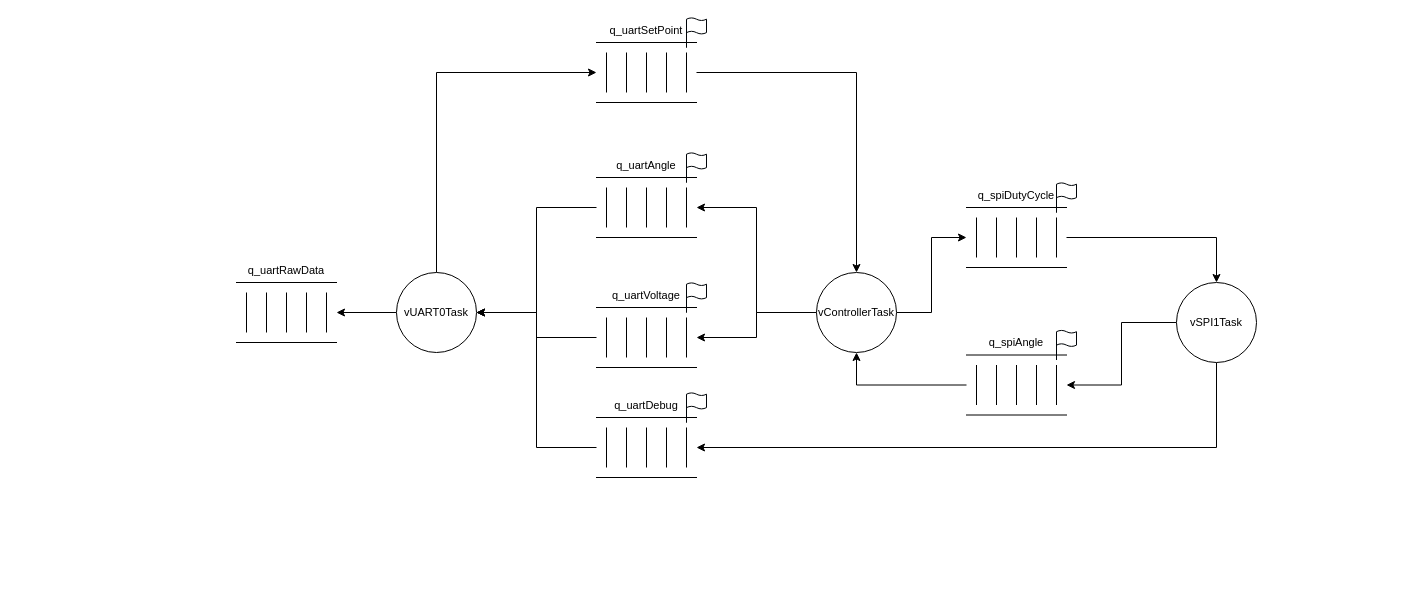
Before: Datasheets/project_task_diagram.drawio in Svndsn/pan_tilt, a draw.io diagram. Source tidied: cells renumbered, new cells numbered last; positions are measured from the earlier drawing's top-left corner, leaving out a move shared by most shapes. Both pictures are drawn from the tidied source at 100%, with x=0, y=0 at pixel (236, 17).
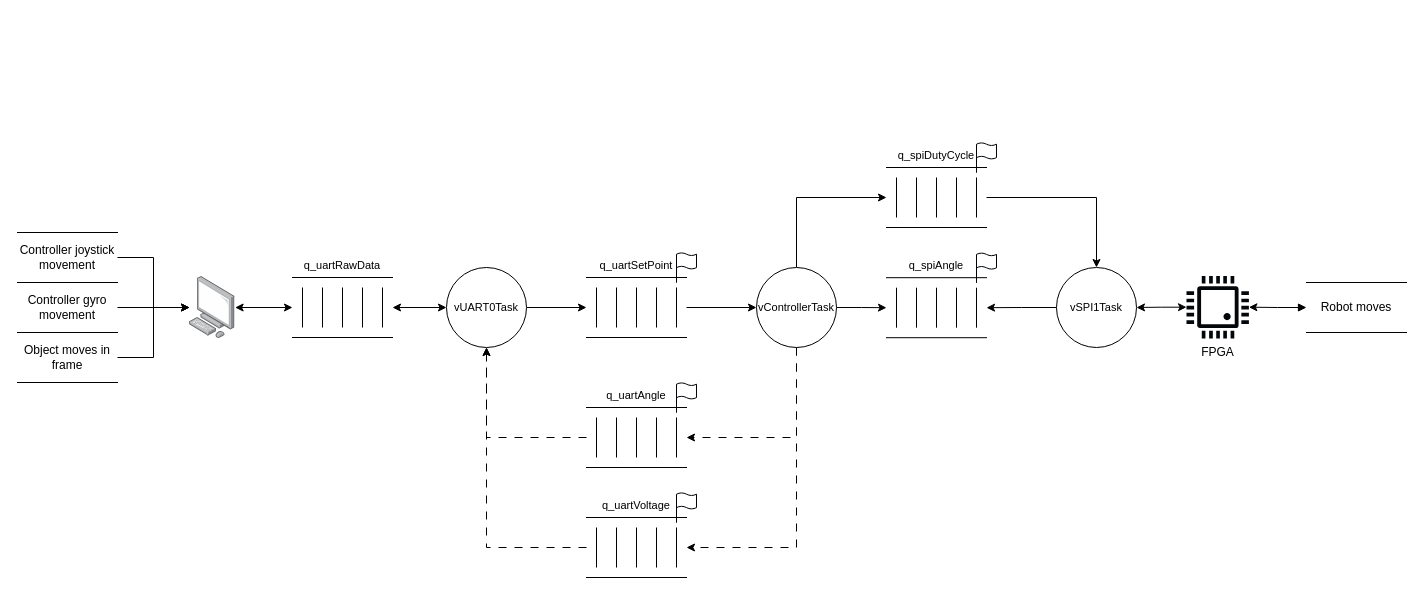
The same diagram, later.

Commit message (it also covers changes not shown here):
task diagram

The change refers to these unchanged cells:
```xml
<mxCell id="24" style="shape=partialRectangle;whiteSpace=wrap;html=1;left=0;right=0;fillColor=none;" parent="23" vertex="1">
  <mxGeometry width="100" height="60" as="geometry" />
</mxCell>
<mxCell id="34" style="shape=partialRectangle;whiteSpace=wrap;html=1;left=0;right=0;fillColor=none;" parent="33" vertex="1">
  <mxGeometry width="100" height="60" as="geometry" />
</mxCell>
<mxCell id="44" style="shape=partialRectangle;whiteSpace=wrap;html=1;left=0;right=0;fillColor=none;" parent="43" vertex="1">
  <mxGeometry width="100" height="60" as="geometry" />
</mxCell>
<mxCell id="54" style="shape=partialRectangle;whiteSpace=wrap;html=1;left=0;right=0;fillColor=none;" parent="53" vertex="1">
  <mxGeometry width="100" height="60" as="geometry" />
</mxCell>
<mxCell id="64" style="shape=partialRectangle;whiteSpace=wrap;html=1;left=0;right=0;fillColor=none;" parent="63" vertex="1">
  <mxGeometry width="100" height="60" as="geometry" />
</mxCell>
<mxCell id="74" style="shape=partialRectangle;whiteSpace=wrap;html=1;left=0;right=0;fillColor=none;" parent="73" vertex="1">
  <mxGeometry width="100" height="60" as="geometry" />
</mxCell>
```

What changed in the source:
```diff
@@
+    <mxCell id="3" style="edgeStyle=orthogonalEdgeStyle;rounded=0;jettySize=auto;html=1;entryX=1;entryY=0.5;entryDx=0;entryDy=0;startArrow=classic;startFill=1;" parent="1" edge="1" source="4" target="74">
+      <mxGeometry relative="1" as="geometry" />
+    </mxCell>
     <mxCell id="2" style="edgeStyle=orthogonalEdgeStyle;rounded=0;jettySize=auto;html=1;entryX=0;entryY=0.5;entryDx=0;entryDy=0;" parent="1" edge="1" source="4" target="34">
-      <mxGeometry relative="1" as="geometry">
-        <Array as="points">
-          <mxPoint x="200" y="55" />
-        </Array>
-      </mxGeometry>
+      <mxGeometry relative="1" as="geometry" />
     </mxCell>
-    <mxCell id="3" style="edgeStyle=orthogonalEdgeStyle;rounded=0;jettySize=auto;html=1;entryX=1;entryY=0.5;entryDx=0;entryDy=0;" parent="1" edge="1" source="4" target="74">
-      <mxGeometry relative="1" as="geometry" />
-    </mxCell>
     <mxCell id="4" value="&lt;font style=&quot;font-size: 11px;&quot;&gt;vUART0Task&lt;/font&gt;" style="ellipse;whiteSpace=wrap;html=1;" parent="1" vertex="1">
-      <mxGeometry x="160" y="255" width="80" height="80" as="geometry" />
+      <mxGeometry x="210" y="250" width="80" height="80" as="geometry" />
     </mxCell>
@@
-    <mxCell id="6" style="edgeStyle=orthogonalEdgeStyle;rounded=0;jettySize=auto;html=1;entryX=1;entryY=0.5;entryDx=0;entryDy=0;" parent="1" edge="1" source="7" target="14">
-      <mxGeometry relative="1" as="geometry">
-        <Array as="points">
-          <mxPoint x="980" y="430" />
-        </Array>
-      </mxGeometry>
-    </mxCell>
     <mxCell id="7" value="&lt;font style=&quot;font-size: 11px;&quot;&gt;vSPI1Task&lt;/font&gt;" style="ellipse;whiteSpace=wrap;html=1;" parent="1" vertex="1">
-      <mxGeometry x="940" y="265" width="80" height="80" as="geometry" />
+      <mxGeometry x="820" y="250" width="80" height="80" as="geometry" />
     </mxCell>
-    <mxCell id="8" style="edgeStyle=orthogonalEdgeStyle;rounded=0;jettySize=auto;html=1;entryX=1;entryY=0.5;entryDx=0;entryDy=0;" parent="1" edge="1" source="11" target="24">
-      <mxGeometry relative="1" as="geometry" />
+    <mxCell id="8" style="edgeStyle=orthogonalEdgeStyle;rounded=0;jettySize=auto;html=1;entryX=1;entryY=0.5;entryDx=0;entryDy=0;dashed=1;dashPattern=8 8;" parent="1" edge="1" source="11" target="24">
+      <mxGeometry relative="1" as="geometry">
+        <Array as="points">
+          <mxPoint x="560" y="420" />
+        </Array>
+      </mxGeometry>
     </mxCell>
-    <mxCell id="9" style="edgeStyle=orthogonalEdgeStyle;rounded=0;jettySize=auto;html=1;entryX=1;entryY=0.5;entryDx=0;entryDy=0;" parent="1" edge="1" source="11" target="44">
-      <mxGeometry relative="1" as="geometry" />
+    <mxCell id="9" style="edgeStyle=orthogonalEdgeStyle;rounded=0;jettySize=auto;html=1;entryX=1;entryY=0.5;entryDx=0;entryDy=0;dashed=1;dashPattern=8 8;" parent="1" edge="1" source="11" target="44">
+      <mxGeometry relative="1" as="geometry">
+        <Array as="points">
+          <mxPoint x="560" y="530" />
+        </Array>
+      </mxGeometry>
     </mxCell>
+    <mxCell id="87" style="edgeStyle=orthogonalEdgeStyle;rounded=0;jettySize=auto;html=1;entryX=0;entryY=0.5;entryDx=0;entryDy=0;" parent="1" edge="1" source="11" target="64">
+      <mxGeometry relative="1" as="geometry" />
+    </mxCell>
     <mxCell id="10" style="edgeStyle=orthogonalEdgeStyle;rounded=0;jettySize=auto;html=1;entryX=0;entryY=0.5;entryDx=0;entryDy=0;" parent="1" edge="1" source="11" target="54">
-      <mxGeometry relative="1" as="geometry" />
+      <mxGeometry relative="1" as="geometry">
+        <Array as="points">
+          <mxPoint x="560" y="180" />
+        </Array>
+      </mxGeometry>
     </mxCell>
     <mxCell id="11" value="&lt;font style=&quot;font-size: 11px;&quot;&gt;vControllerTask&lt;/font&gt;" style="ellipse;whiteSpace=wrap;html=1;" parent="1" vertex="1">
-      <mxGeometry x="580" y="255" width="80" height="80" as="geometry" />
+      <mxGeometry x="520" y="250" width="80" height="80" as="geometry" />
     </mxCell>
-    <mxCell id="12" style="group;" parent="1" vertex="1">
-      <mxGeometry x="360" y="375" width="110" height="85" as="geometry" />
-    </mxCell>
-    <mxCell id="13" style="group;" parent="12" vertex="1">
-      <mxGeometry y="25" width="100" height="60" as="geometry" />
-    </mxCell>
-    <mxCell id="14" style="shape=partialRectangle;whiteSpace=wrap;html=1;left=0;right=0;fillColor=none;" parent="13" vertex="1">
-      <mxGeometry width="100" height="60" as="geometry" />
-    </mxCell>
-    <mxCell id="15" style="endArrow=none;html=1;rounded=0;" parent="13" edge="1">
-      <mxGeometry relative="1" as="geometry">
-        <mxPoint x="10" y="50" as="sourcePoint" />
-        <mxPoint x="10" y="10" as="targetPoint" />
-      </mxGeometry>
-    </mxCell>
-    <mxCell id="16" style="endArrow=none;html=1;rounded=0;" parent="13" edge="1">
-      <mxGeometry relative="1" as="geometry">
-        <mxPoint x="30" y="50" as="sourcePoint" />
-        <mxPoint x="30" y="10" as="targetPoint" />
-      </mxGeometry>
-    </mxCell>
-    <mxCell id="17" style="endArrow=none;html=1;rounded=0;" parent="13" edge="1">
-      <mxGeometry relative="1" as="geometry">
-        <mxPoint x="50" y="50" as="sourcePoint" />
-        <mxPoint x="50" y="10" as="targetPoint" />
-      </mxGeometry>
-    </mxCell>
-    <mxCell id="18" style="endArrow=none;html=1;rounded=0;" parent="13" edge="1">
-      <mxGeometry relative="1" as="geometry">
-        <mxPoint x="70" y="50" as="sourcePoint" />
-        <mxPoint x="70" y="10" as="targetPoint" />
-      </mxGeometry>
-    </mxCell>
-    <mxCell id="19" style="endArrow=none;html=1;rounded=0;" parent="13" edge="1">
-      <mxGeometry relative="1" as="geometry">
-        <mxPoint x="90" y="50" as="sourcePoint" />
-        <mxPoint x="90" y="10" as="targetPoint" />
-      </mxGeometry>
-    </mxCell>
-    <mxCell id="20" value="&lt;font style=&quot;font-size: 11px;&quot;&gt;q_uartDebug&lt;/font&gt;" style="text;html=1;strokeColor=none;fillColor=none;align=center;verticalAlign=middle;whiteSpace=wrap;rounded=0;" parent="12" vertex="1">
-      <mxGeometry width="100" height="25" as="geometry" />
-    </mxCell>
-    <mxCell id="21" style="html=1;verticalLabelPosition=bottom;align=center;labelBackgroundColor=#ffffff;verticalAlign=top;strokeWidth=1;strokeColor=#000408;shadow=0;dashed=0;shape=mxgraph.ios7.icons.flag;" parent="12" vertex="1">
-      <mxGeometry x="90" width="20" height="30" as="geometry" />
-    </mxCell>
     <mxCell id="22" style="group;" parent="1" vertex="1">
-      <mxGeometry x="360" y="135" width="110" height="85" as="geometry" />
+      <mxGeometry x="350" y="365" width="110" height="85" as="geometry" />
     </mxCell>
@@
     <mxCell id="32" style="group;" parent="1" vertex="1">
-      <mxGeometry x="360" width="110" height="85" as="geometry" />
+      <mxGeometry x="350" y="235" width="110" height="85" as="geometry" />
     </mxCell>
@@
     <mxCell id="42" style="group;" parent="1" vertex="1">
-      <mxGeometry x="360" y="265" width="110" height="85" as="geometry" />
+      <mxGeometry x="350" y="475" width="110" height="85" as="geometry" />
     </mxCell>
@@
     <mxCell id="52" style="group;" parent="1" vertex="1">
-      <mxGeometry x="730" y="165" width="110" height="85" as="geometry" />
+      <mxGeometry x="650" y="125" width="110" height="85" as="geometry" />
     </mxCell>
@@
     <mxCell id="62" style="group;" parent="1" vertex="1">
-      <mxGeometry x="730" y="312.5" width="110" height="85" as="geometry" />
+      <mxGeometry x="650" y="235.2" width="110" height="85" as="geometry" />
     </mxCell>
@@
     <mxCell id="72" style="group;" parent="1" vertex="1">
-      <mxGeometry y="240" width="100" height="85" as="geometry" />
+      <mxGeometry x="56" y="235" width="100" height="85" as="geometry" />
     </mxCell>
@@
+    <mxCell id="86" style="edgeStyle=orthogonalEdgeStyle;rounded=0;jettySize=auto;html=1;entryX=0.5;entryY=0;entryDx=0;entryDy=0;" parent="1" edge="1" source="54" target="7">
+      <mxGeometry relative="1" as="geometry" />
+    </mxCell>
+    <mxCell id="88" style="edgeStyle=orthogonalEdgeStyle;rounded=0;jettySize=auto;html=1;" parent="1" edge="1" source="89" target="95">
+      <mxGeometry relative="1" as="geometry" />
+    </mxCell>
+    <mxCell id="89" value="Controller joystick movement" style="shape=partialRectangle;whiteSpace=wrap;html=1;left=0;right=0;fillColor=none;" parent="1" vertex="1">
+      <mxGeometry x="-219" y="215" width="100" height="50" as="geometry" />
+    </mxCell>
+    <mxCell id="90" style="edgeStyle=orthogonalEdgeStyle;rounded=0;jettySize=auto;html=1;" parent="1" edge="1" source="91" target="95">
+      <mxGeometry relative="1" as="geometry" />
+    </mxCell>
+    <mxCell id="91" value="Controller gyro movement" style="shape=partialRectangle;whiteSpace=wrap;html=1;left=0;right=0;fillColor=none;" parent="1" vertex="1">
+      <mxGeometry x="-219" y="265" width="100" height="50" as="geometry" />
+    </mxCell>
+    <mxCell id="92" style="edgeStyle=orthogonalEdgeStyle;rounded=0;jettySize=auto;html=1;" parent="1" edge="1" source="93" target="95">
+      <mxGeometry relative="1" as="geometry" />
+    </mxCell>
+    <mxCell id="93" value="Object moves in frame" style="shape=partialRectangle;whiteSpace=wrap;html=1;left=0;right=0;fillColor=none;" parent="1" vertex="1">
+      <mxGeometry x="-219" y="315" width="100" height="50" as="geometry" />
+    </mxCell>
+    <mxCell id="94" style="edgeStyle=orthogonalEdgeStyle;rounded=0;jettySize=auto;html=1;entryX=0;entryY=0.5;entryDx=0;entryDy=0;startArrow=classic;startFill=1;" parent="1" edge="1" source="95" target="74">
+      <mxGeometry relative="1" as="geometry" />
+    </mxCell>
+    <mxCell id="95" style="image;points=[];html=1;align=center;shadow=0;dashed=0;image=img/lib/allied_telesis/computer_and_terminals/Personal_Computer.svg;" parent="1" vertex="1">
+      <mxGeometry x="-47" y="259.1" width="45.6" height="61.8" as="geometry" />
+    </mxCell>
+    <mxCell id="96" style="edgeStyle=orthogonalEdgeStyle;rounded=0;jettySize=auto;html=1;entryX=1;entryY=0.5;entryDx=0;entryDy=0;startArrow=classic;startFill=1;" parent="1" edge="1" source="97" target="7">
+      <mxGeometry relative="1" as="geometry" />
+    </mxCell>
+    <mxCell id="97" value="FPGA" style="shadow=0;dashed=0;html=1;strokeColor=none;fillColor=#03070A;labelPosition=center;verticalLabelPosition=bottom;verticalAlign=top;align=center;outlineConnect=0;shape=mxgraph.veeam.cpu;strokeWidth=1;" parent="1" vertex="1">
+      <mxGeometry x="950" y="258.5" width="62.4" height="62.4" as="geometry" />
+    </mxCell>
+    <mxCell id="98" style="edgeStyle=orthogonalEdgeStyle;rounded=0;jettySize=auto;html=1;startArrow=block;startFill=1;" parent="1" edge="1" source="99" target="97">
+      <mxGeometry relative="1" as="geometry" />
+    </mxCell>
+    <mxCell id="99" value="Robot moves" style="shape=partialRectangle;whiteSpace=wrap;html=1;left=0;right=0;fillColor=none;" parent="1" vertex="1">
+      <mxGeometry x="1070" y="265" width="100" height="50" as="geometry" />
+    </mxCell>
+    <mxCell id="84" style="edgeStyle=orthogonalEdgeStyle;rounded=0;jettySize=auto;html=1;" parent="1" edge="1" source="34" target="11">
+      <mxGeometry relative="1" as="geometry" />
+    </mxCell>
-    <mxCell id="81" style="edgeStyle=orthogonalEdgeStyle;rounded=0;jettySize=auto;html=1;entryX=1;entryY=0.5;entryDx=0;entryDy=0;" parent="1" edge="1" source="24" target="4">
+    <mxCell id="81" style="edgeStyle=orthogonalEdgeStyle;rounded=0;jettySize=auto;html=1;dashed=1;dashPattern=8 8;" parent="1" edge="1" source="24" target="4">
       <mxGeometry relative="1" as="geometry" />
     </mxCell>
-    <mxCell id="82" style="edgeStyle=orthogonalEdgeStyle;rounded=0;jettySize=auto;html=1;entryX=1;entryY=0.5;entryDx=0;entryDy=0;" parent="1" edge="1" source="14" target="4">
-      <mxGeometry relative="1" as="geometry" />
-    </mxCell>
-    <mxCell id="83" style="edgeStyle=orthogonalEdgeStyle;rounded=0;jettySize=auto;html=1;exitX=0;exitY=0.5;exitDx=0;exitDy=0;entryX=1;entryY=0.5;entryDx=0;entryDy=0;" parent="1" edge="1" source="44" target="4">
+    <mxCell id="83" style="edgeStyle=orthogonalEdgeStyle;rounded=0;jettySize=auto;html=1;dashed=1;dashPattern=8 8;" parent="1" edge="1" source="44" target="4">
       <mxGeometry relative="1" as="geometry" />
     </mxCell>
-    <mxCell id="84" style="edgeStyle=orthogonalEdgeStyle;rounded=0;jettySize=auto;html=1;entryX=0.5;entryY=0;entryDx=0;entryDy=0;" parent="1" edge="1" source="34" target="11">
-      <mxGeometry relative="1" as="geometry" />
-    </mxCell>
-    <mxCell id="85" style="edgeStyle=orthogonalEdgeStyle;rounded=0;jettySize=auto;html=1;entryX=0.5;entryY=1;entryDx=0;entryDy=0;" parent="1" edge="1" source="64" target="11">
-      <mxGeometry relative="1" as="geometry" />
-    </mxCell>
-    <mxCell id="86" style="edgeStyle=orthogonalEdgeStyle;rounded=0;jettySize=auto;html=1;entryX=0.5;entryY=0;entryDx=0;entryDy=0;" parent="1" edge="1" source="54" target="7">
-      <mxGeometry relative="1" as="geometry" />
-    </mxCell>
```
